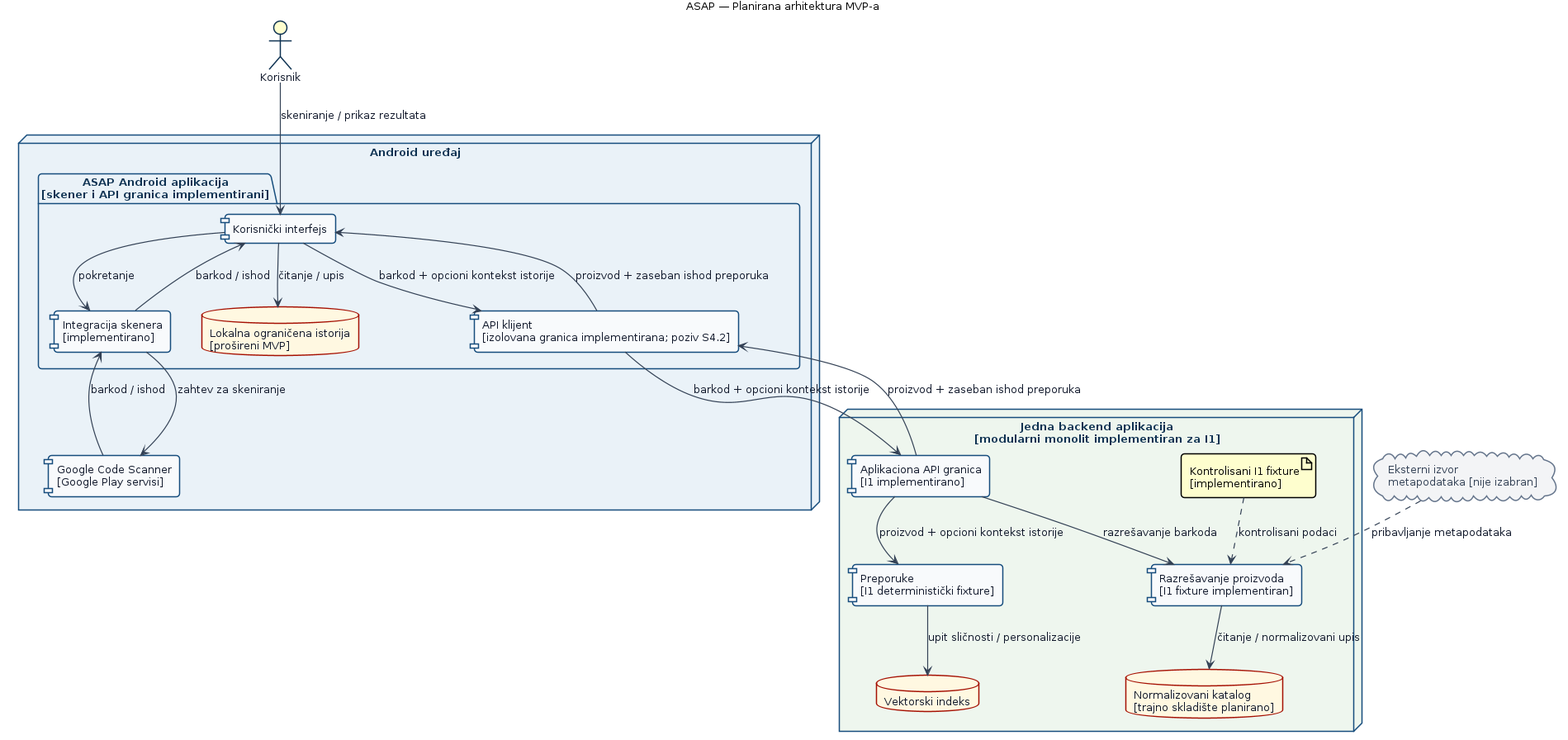
Earlier version of the PlantUML export docs/diagrams/rendered/sr/presentation/component-architecture.png (mikelandjelos/asap-app). Its source is kept beside it as docs/diagrams/component-architecture.puml.
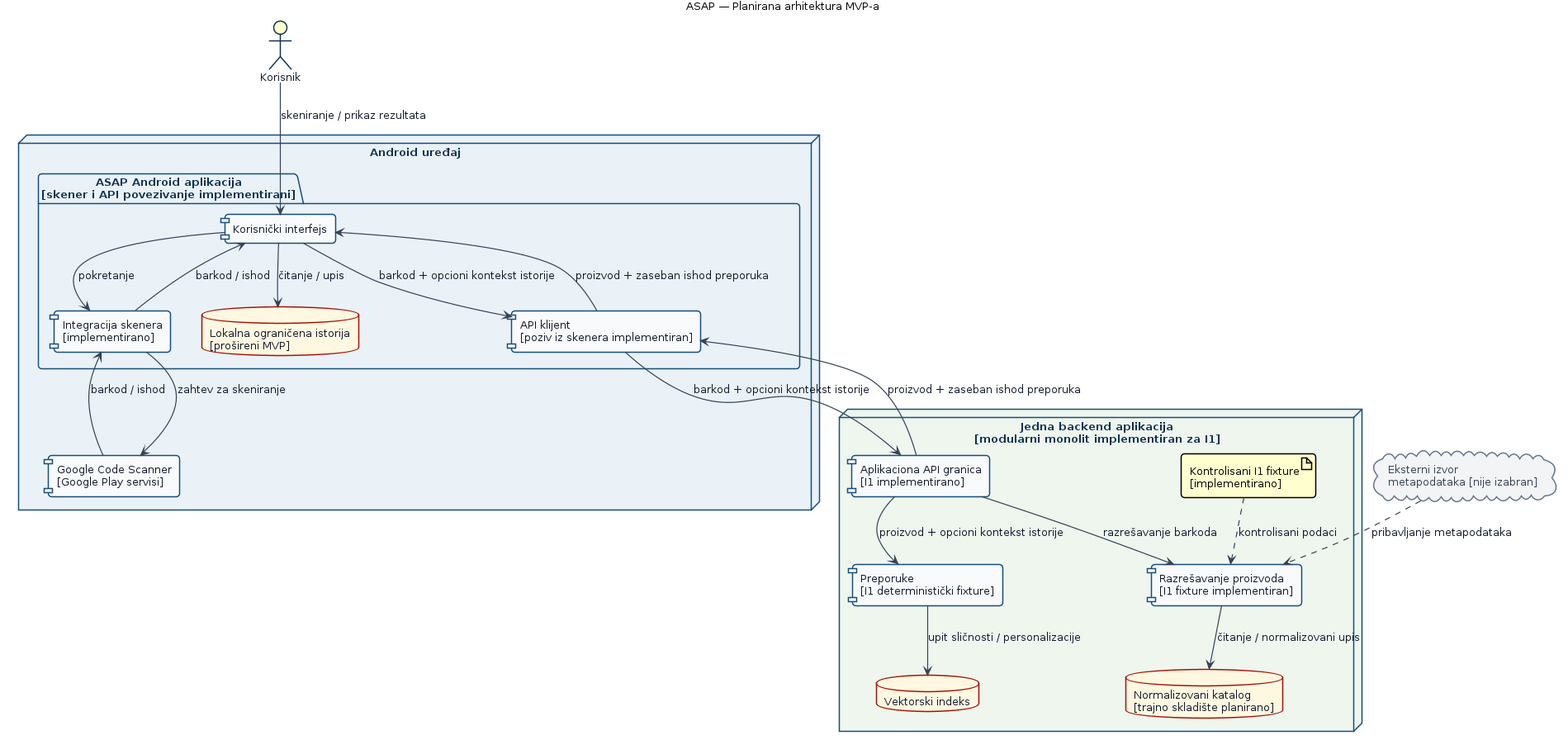
Later version of the same file.

What changed in the source:
```diff
@@ -5,10 +5,10 @@
   !define DIAGRAM_TITLE ASAP — Planirana arhitektura MVP-a
   !define USER_LABEL Korisnik
   !define DEVICE_LABEL Android uređaj
-  !define APP_LABEL ASAP Android aplikacija\n[skener i API granica implementirani]
+  !define APP_LABEL ASAP Android aplikacija\n[skener i API povezivanje implementirani]
   !define UI_LABEL Korisnički interfejs
   !define SCAN_ADAPTER_LABEL Integracija skenera\n[implementirano]
-  !define API_CLIENT_LABEL API klijent\n[izolovana granica implementirana; poziv S4.2]
+  !define API_CLIENT_LABEL API klijent\n[poziv iz skenera implementiran]
   !define HISTORY_LABEL Lokalna ograničena istorija\n[prošireni MVP]
   !define GCS_LABEL Google Code Scanner\n[Google Play servisi]
   !define BACKEND_LABEL Jedna backend aplikacija\n[modularni monolit implementiran za I1]
@@ -34,15 +34,15 @@
   !define FLOW_RESPONSE proizvod + zaseban ishod preporuka
   !define LEGEND_1 Puna strelica: planirani tok tokom rada
   !define LEGEND_2 Isprekidana strelica: rezervni ili eksterni tok
-  !define LEGEND_3 Skener, izolovani API klijent i backend I1 su implementirani; povezivanje i AI tokovi su planirani.
+  !define LEGEND_3 Skener, Android koordinacija/API klijent i backend I1 su implementirani; fizička provera, prikaz odgovora i AI tokovi su planirani.
 !else
   !define DIAGRAM_TITLE ASAP — Proposed MVP architecture
   !define USER_LABEL User
   !define DEVICE_LABEL Android device
-  !define APP_LABEL ASAP Android app\n[scanner and API boundary implemented]
+  !define APP_LABEL ASAP Android app\n[scanner and API connection implemented]
   !define UI_LABEL User interface
   !define SCAN_ADAPTER_LABEL Scanner integration\n[implemented]
-  !define API_CLIENT_LABEL API client\n[isolated boundary implemented; invocation S4.2]
+  !define API_CLIENT_LABEL API client\n[scanner invocation implemented]
   !define HISTORY_LABEL Local bounded history\n[extended MVP]
   !define GCS_LABEL Google Code Scanner\n[Google Play services]
   !define BACKEND_LABEL Single backend application\n[modular monolith implemented for I1]
@@ -68,7 +68,7 @@
   !define FLOW_RESPONSE product + separate recommendation outcome
   !define LEGEND_1 Solid arrow: planned runtime information flow
   !define LEGEND_2 Dashed arrow: fallback or external flow
-  !define LEGEND_3 Scanner, isolated API client, and backend I1 are implemented; connection and AI flows are planned.
+  !define LEGEND_3 Scanner, Android coordination/API client, and backend I1 are implemented; physical validation, response UI, and AI flows are planned.
 !endif
 
 title DIAGRAM_TITLE
```
